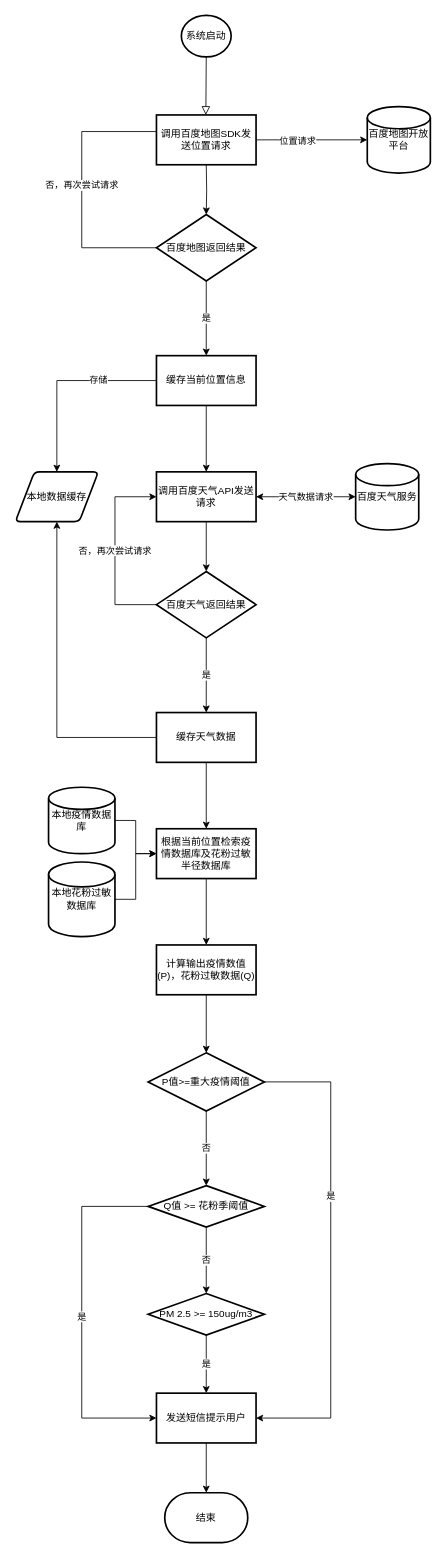
Before: assignment2.drawio in qiaoqiaoxiong/diagram, a draw.io diagram. Source tidied: cells renumbered, new cells numbered last; positions are measured from the earlier drawing's top-left corner, leaving out a move shared by most shapes. Both pictures are drawn from the tidied source at 83%, with x=0, y=0 at pixel (15, 15).
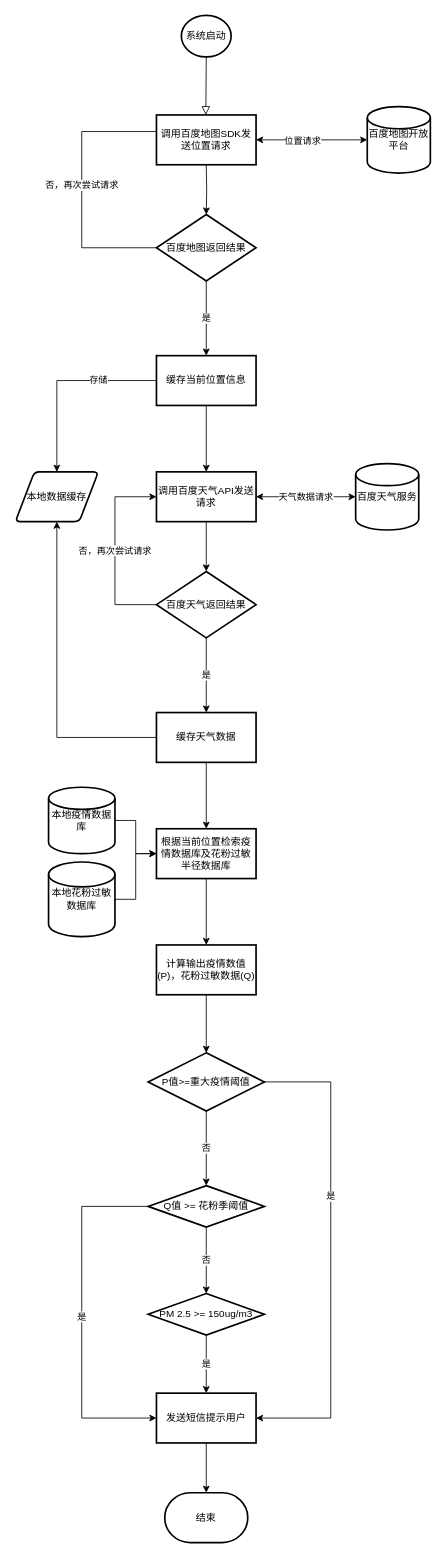
The same diagram, later.

The change refers to these unchanged cells:
```xml
<mxCell id="5" value="百度地图开放平台" style="strokeWidth=2;html=1;shape=mxgraph.flowchart.database;whiteSpace=wrap;" parent="1" vertex="1">
  <mxGeometry x="424" y="110" width="76" height="80" as="geometry" />
</mxCell>
<mxCell id="45" value="调用百度地图SDK发送位置请求" style="whiteSpace=wrap;html=1;strokeWidth=2;" parent="1" vertex="1">
  <mxGeometry x="170" y="120" width="120" height="60" as="geometry" />
</mxCell>
```

Diff of the diagram source:
```diff
@@
-    <mxCell id="6" style="endArrow=classic;startArrow=classic;html=1;" parent="1" edge="1" target="5">
-      <mxGeometry relative="1" as="geometry">
-        <mxPoint x="280" y="150" as="sourcePoint" />
-      </mxGeometry>
+    <mxCell id="6" style="endArrow=classic;startArrow=classic;html=1;exitX=1;exitY=0.5;exitDx=0;exitDy=0;" parent="1" edge="1" source="45" target="5">
+      <mxGeometry relative="1" as="geometry" />
     </mxCell>
```
